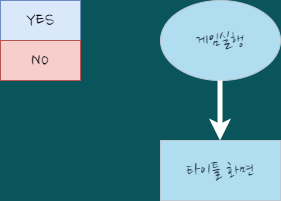
This is gameplay_flowchat.drawio.png from kinesis19/stac_project_SME, a draw.io export, as it was before one commit. Source tidied: cells renumbered, new cells last; positions are measured from the earlier drawing's top-left corner, leaving out a move shared by most shapes. Source of this version:
```xml
<mxGraphModel background="#09555B">
  <root>
    <mxCell id="0" />
    <mxCell id="1" parent="0" />
    <mxCell id="2" value="&lt;font style=&quot;font-size: 20px;&quot;&gt;게임실행&lt;/font&gt;" style="ellipse;whiteSpace=wrap;html=1;fillColor=#B1DDF0;strokeColor=#BAC8D3;fontColor=#182E3E;fontFamily=Nanum Brush Script;fontSource=https%3A%2F%2Ffonts.googleapis.com%2Fcss%3Ffamily%3DNanum%2BBrush%2BScript;fontSize=20;" parent="1" vertex="1">
      <mxGeometry x="160" width="120" height="80" as="geometry" />
    </mxCell>
    <mxCell id="3" value="YES" style="rounded=0;whiteSpace=wrap;html=1;sketch=0;fontSize=20;strokeColor=#6c8ebf;fillColor=#dae8fc;fontFamily=Nanum Brush Script;fontSource=https%3A%2F%2Ffonts.googleapis.com%2Fcss%3Ffamily%3DNanum%2BBrush%2BScript;" parent="1" vertex="1">
      <mxGeometry width="80" height="40" as="geometry" />
    </mxCell>
    <mxCell id="4" value="NO" style="rounded=0;whiteSpace=wrap;html=1;sketch=0;fontSize=20;strokeColor=#b85450;fillColor=#f8cecc;fontFamily=Nanum Brush Script;fontSource=https%3A%2F%2Ffonts.googleapis.com%2Fcss%3Ffamily%3DNanum%2BBrush%2BScript;" parent="1" vertex="1">
      <mxGeometry y="40" width="80" height="40" as="geometry" />
    </mxCell>
    <mxCell id="5" style="endArrow=classic;html=1;rounded=1;sketch=0;fontFamily=Nanum Brush Script;fontSource=https%3A%2F%2Ffonts.googleapis.com%2Fcss%3Ffamily%3DNanum%2BBrush%2BScript;fontSize=20;fontColor=#FFFFFF;curved=0;strokeColor=#FFFFFF;jumpSize=10;strokeWidth=5;" parent="1" edge="1">
      <mxGeometry relative="1" as="geometry">
        <mxPoint x="219.5" y="80" as="sourcePoint" />
        <mxPoint x="219.5" y="140" as="targetPoint" />
      </mxGeometry>
    </mxCell>
    <mxCell id="6" value="타이틀 화면" style="rounded=0;whiteSpace=wrap;html=1;sketch=0;fontFamily=Nanum Brush Script;fontSource=https%3A%2F%2Ffonts.googleapis.com%2Fcss%3Ffamily%3DNanum%2BBrush%2BScript;fontSize=20;fontColor=#182E3E;strokeColor=#BAC8D3;fillColor=#B1DDF0;" parent="1" vertex="1">
      <mxGeometry x="160" y="140" width="120" height="60" as="geometry" />
    </mxCell>
  </root>
</mxGraphModel>
```
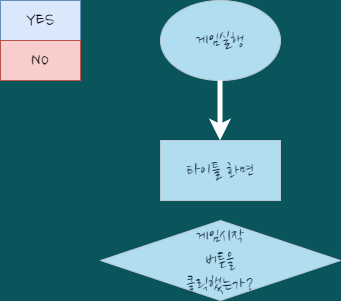
The same diagram one commit later.

Change to the diagram source:
```diff
@@ -20,5 +20,8 @@
     <mxCell id="6" value="타이틀 화면" style="rounded=0;whiteSpace=wrap;html=1;sketch=0;fontFamily=Nanum Brush Script;fontSource=https%3A%2F%2Ffonts.googleapis.com%2Fcss%3Ffamily%3DNanum%2BBrush%2BScript;fontSize=20;fontColor=#182E3E;strokeColor=#BAC8D3;fillColor=#B1DDF0;" parent="1" vertex="1">
       <mxGeometry x="160" y="140" width="120" height="60" as="geometry" />
     </mxCell>
+    <mxCell id="7" value="게임시작&lt;br&gt;버튼을&lt;br&gt;클릭했는가?" style="rhombus;whiteSpace=wrap;html=1;rounded=0;sketch=0;fontFamily=Nanum Brush Script;fontSource=https%3A%2F%2Ffonts.googleapis.com%2Fcss%3Ffamily%3DNanum%2BBrush%2BScript;fontSize=20;fontColor=#182E3E;strokeColor=#BAC8D3;fillColor=#B1DDF0;" parent="1" vertex="1">
+      <mxGeometry x="100" y="220" width="240" height="80" as="geometry" />
+    </mxCell>
   </root>
 </mxGraphModel>
```
